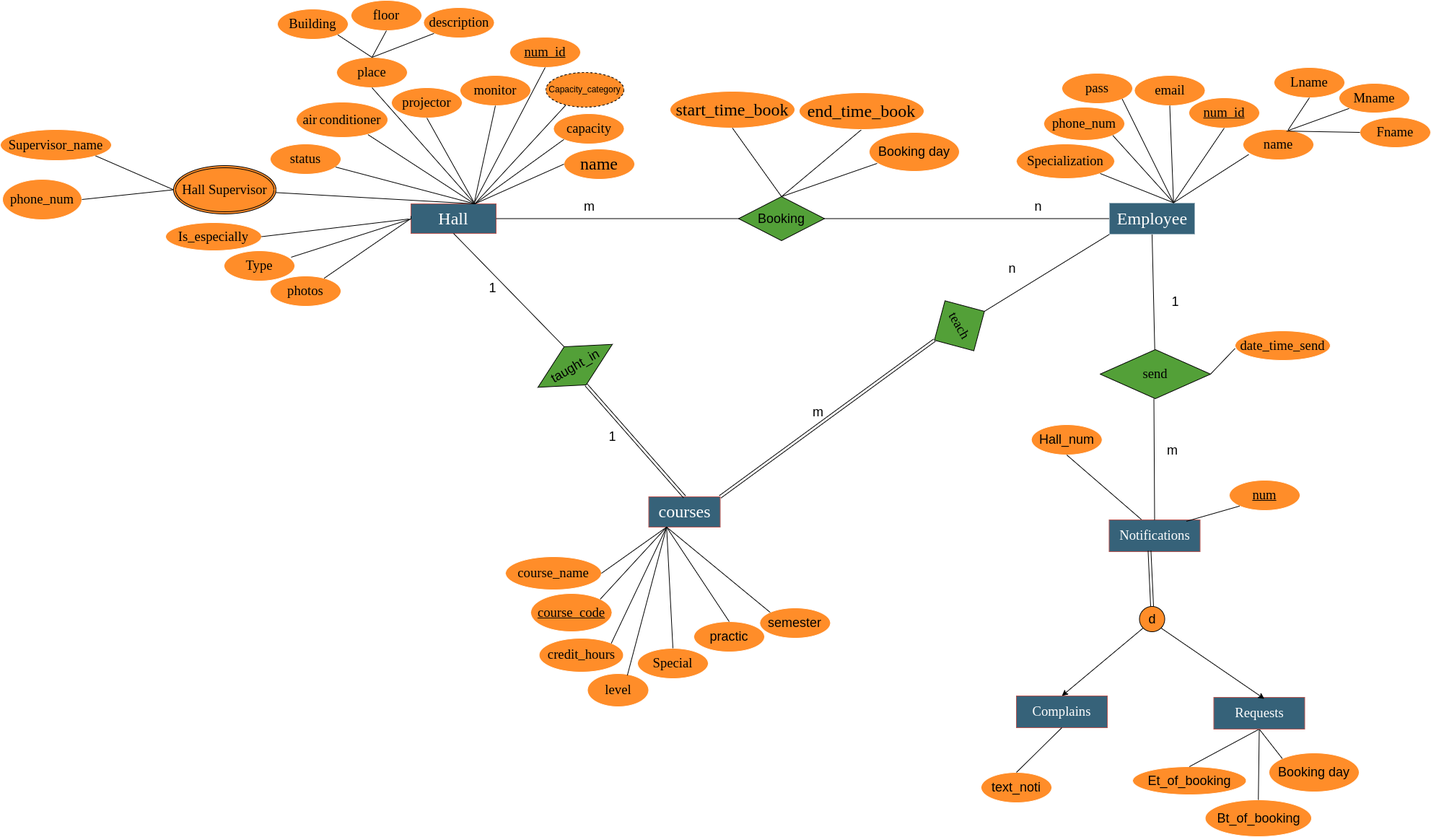
Above: DB_Mysql/Desing/Er model/er.png in Abdelrahman-Mostafa25/booking-app (draw.io), before the change. Source tidied: cells renumbered, new cells last; positions are measured from the earlier drawing's top-left corner, leaving out a move shared by most shapes.
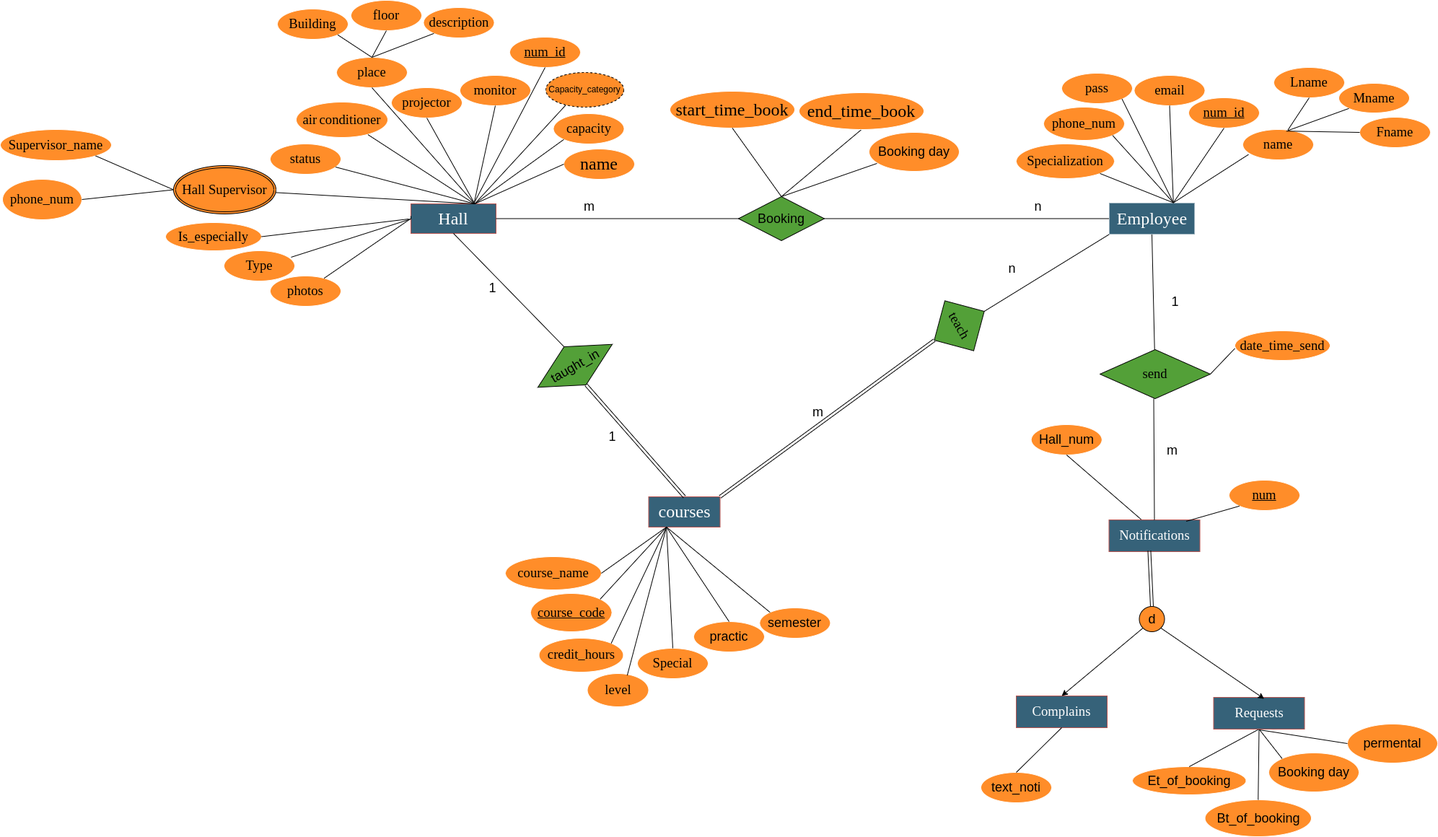
The same diagram one commit later.

What changed in the source:
```diff
@@ -371,5 +371,13 @@
     <mxCell id="119" style="endArrow=none;html=1;rounded=0;fontSize=20;entryX=0.5;entryY=0;entryDx=0;entryDy=0;exitX=0.088;exitY=0.796;exitDx=0;exitDy=0;exitPerimeter=0;" parent="1" edge="1" source="118" target="6">
       <mxGeometry relative="1" as="geometry" />
     </mxCell>
+    <mxCell id="120" value="&lt;font color=&quot;#000000&quot;&gt;&lt;span style=&quot;font-size: 18px;&quot;&gt;permental&lt;/span&gt;&lt;/font&gt;" style="ellipse;whiteSpace=wrap;html=1;strokeColor=#FFFFFF;fontColor=#FFFFFF;fillColor=#ff8d29;" parent="1" vertex="1">
+      <mxGeometry x="1867" y="1003" width="125" height="54" as="geometry" />
+    </mxCell>
+    <mxCell id="121" style="endArrow=none;html=1;rounded=0;fontSize=20;exitX=0;exitY=0.5;exitDx=0;exitDy=0;" parent="1" edge="1" source="120">
+      <mxGeometry relative="1" as="geometry">
+        <mxPoint x="1745" y="1011" as="targetPoint" />
+      </mxGeometry>
+    </mxCell>
   </root>
 </mxGraphModel>
```
